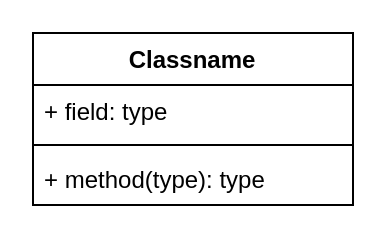
wildemberg-sales/projetoSistemaLocadora keeps this draw.io diagram as UML.drawio. Above is the earlier version. Source tidied: cells renumbered, new cells numbered last; positions are measured from the earlier drawing's top-left corner, leaving out a move shared by most shapes. Both pictures are drawn from the tidied source at 200%, with x=0, y=0 at pixel (32, 32).
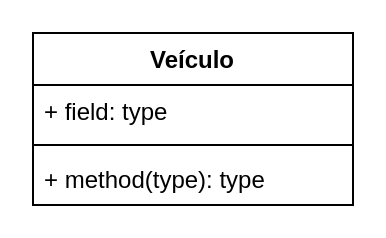
Above is the later version.

Commit message:
Criação classe veículo

Diff of the diagram source:
```diff
@@
 <mxGraphModel>
   <root>
     <mxCell id="0" />
     <mxCell id="1" parent="0" />
-    <mxCell id="2" value="Classname" style="swimlane;fontStyle=1;align=center;verticalAlign=top;horizontal=1;startSize=26;" parent="1" vertex="1">
+    <mxCell id="2" value="Veículo&#10;" style="swimlane;fontStyle=1;align=center;verticalAlign=top;horizontal=1;startSize=26;" parent="1" vertex="1">
       <mxGeometry width="160" height="86" as="geometry" />
     </mxCell>
     <mxCell id="3" value="+ field: type" style="text;strokeColor=none;fillColor=none;align=left;verticalAlign=top;spacingLeft=4;spacingRight=4;overflow=hidden;" parent="2" vertex="1">
       <mxGeometry y="26" width="160" height="26" as="geometry" />
     </mxCell>
     <mxCell id="4" style="line;strokeWidth=1;fillColor=none;align=left;verticalAlign=middle;spacingTop=-1;spacingLeft=3;spacingRight=3;labelPosition=right;" parent="2" vertex="1">
       <mxGeometry y="52" width="160" height="8" as="geometry" />
     </mxCell>
     <mxCell id="5" value="+ method(type): type" style="text;strokeColor=none;fillColor=none;align=left;verticalAlign=top;spacingLeft=4;spacingRight=4;overflow=hidden;" parent="2" vertex="1">
       <mxGeometry y="60" width="160" height="26" as="geometry" />
     </mxCell>
   </root>
 </mxGraphModel>
```
